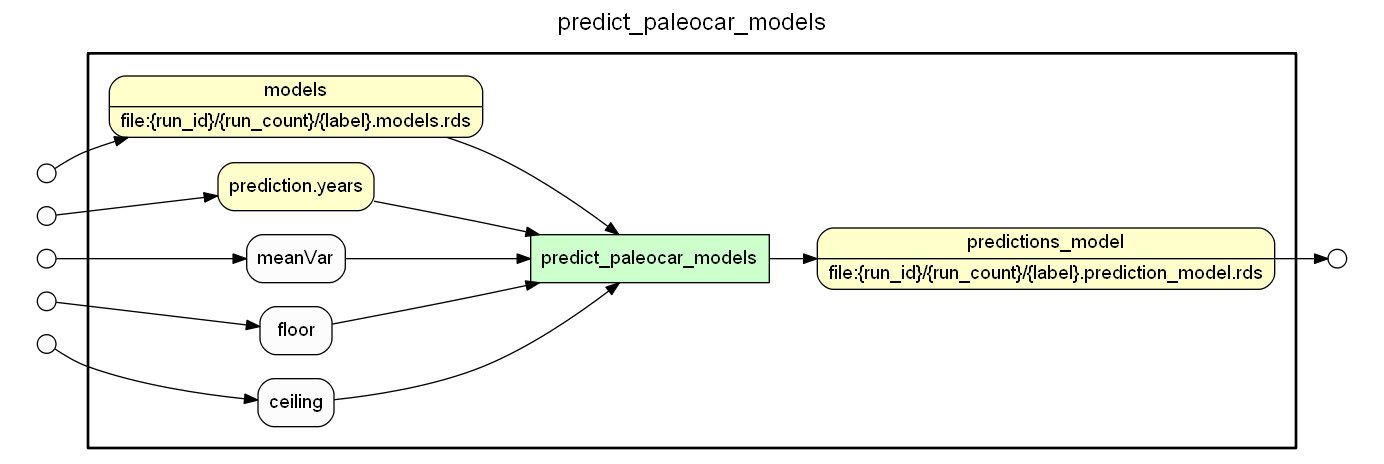
Before: public/prospective_prov_img/predict_paleocar_models.png, a diagram exported from Graphviz (idaks/wt-prov-Summer-2017). Its source is kept beside it as .prov_scripts/gv_files/predict_paleocar_models.gv.
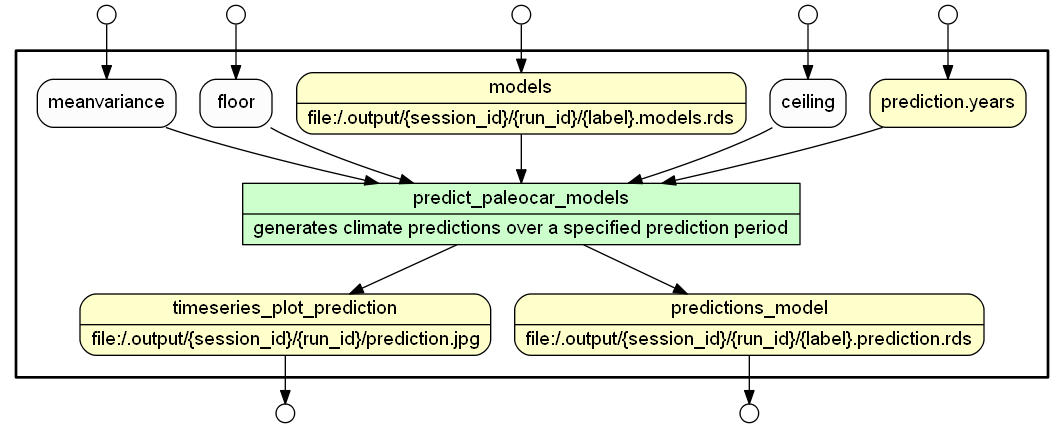
After the commit.

The edit, as a diff of the source:
```diff
@@ -1,44 +1,42 @@
 digraph Workflow {
-rankdir=LR
+rankdir=TB
 fontname=Helvetica; fontsize=18; labelloc=t
-label=predict_paleocar_models
+label=""
 subgraph cluster_workflow_box_outer { label=""; color=black; penwidth=2
 subgraph cluster_workflow_box_inner { label=""; penwidth=0
 node[shape=box style=filled fillcolor="#CCFFCC" peripheries=1 fontname=Helvetica]
-predict_paleocar_models
+predict_paleocar_models [shape=record rankdir=LR label="{<f0> predict_paleocar_models |<f1> generates climate predictions over a specified prediction period}"];
 node[shape=box style="rounded,filled" fillcolor="#FFFFCC" peripheries=1 fontname=Helvetica]
-predictions_model [shape=record rankdir=LR label="{{<f0> predictions_model |<f1> file\:\{run_id\}/\{run_count\}/\{label\}.prediction_model.rds}}"];
-models [shape=record rankdir=LR label="{{<f0> models |<f1> file\:\{run_id\}/\{run_count\}/\{label\}.models.rds}}"];
+timeseries_plot_prediction [shape=record rankdir=LR label="{<f0> timeseries_plot_prediction |<f1> file\:/.output/\{session_id\}/\{run_id\}/prediction.jpg}"];
+predictions_model [shape=record rankdir=LR label="{<f0> predictions_model |<f1> file\:/.output/\{session_id\}/\{run_id\}/\{label\}.prediction.rds}"];
+models [shape=record rankdir=LR label="{<f0> models |<f1> file\:/.output/\{session_id\}/\{run_id\}/\{label\}.models.rds}"];
 "prediction.years"
 node[shape=box style="rounded,filled" fillcolor="#FCFCFC" peripheries=1 fontname=Helvetica]
-meanVar
+meanvariance
 floor
 ceiling
+predict_paleocar_models -> timeseries_plot_prediction
 predict_paleocar_models -> predictions_model
+meanvariance -> predict_paleocar_models
+floor -> predict_paleocar_models
 models -> predict_paleocar_models
+ceiling -> predict_paleocar_models
 "prediction.years" -> predict_paleocar_models
-meanVar -> predict_paleocar_models
-floor -> predict_paleocar_models
-ceiling -> predict_paleocar_models
 }}
-subgraph cluster_input_ports_group_outer { label=""; penwidth=0
-subgraph cluster_input_ports_group_inner { label=""; penwidth=0
 node[shape=circle style="rounded,filled" fillcolor="#FFFFFF" peripheries=1 fontname=Helvetica width=0.2]
+meanvariance_input_port [label=""]
+floor_input_port [label=""]
 models_input_port [label=""]
+ceiling_input_port [label=""]
 "prediction.years_input_port" [label=""]
-meanVar_input_port [label=""]
-floor_input_port [label=""]
-ceiling_input_port [label=""]
-}}
-subgraph cluster_output_ports_group_outer { label=""; penwidth=0
-subgraph cluster_output_ports_group_inner { label=""; penwidth=0
 node[shape=circle style="rounded,filled" fillcolor="#FFFFFF" peripheries=1 fontname=Helvetica width=0.2]
+timeseries_plot_prediction_output_port [label=""]
 predictions_model_output_port [label=""]
-}}
+meanvariance_input_port -> meanvariance
+floor_input_port -> floor
 models_input_port -> models
+ceiling_input_port -> ceiling
 "prediction.years_input_port" -> "prediction.years"
-meanVar_input_port -> meanVar
-floor_input_port -> floor
-ceiling_input_port -> ceiling
+timeseries_plot_prediction -> timeseries_plot_prediction_output_port
 predictions_model -> predictions_model_output_port
 }
```
